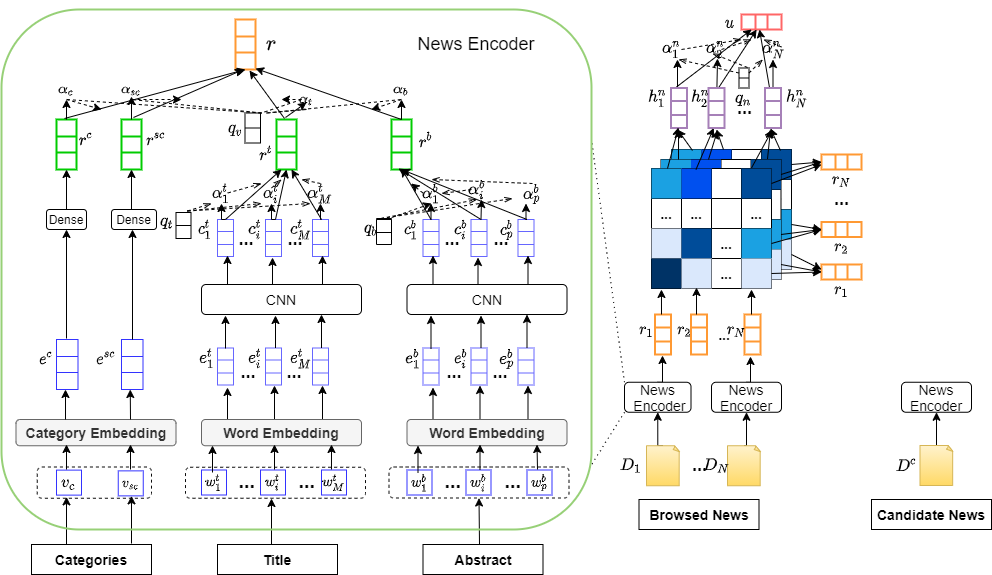
Karry-Eva/PapersNotes keeps this draw.io diagram as MAML.png. Above is the earlier version. Source tidied: cells renumbered, new cells last; positions are measured from the earlier drawing's top-left corner, leaving out a move shared by most shapes.
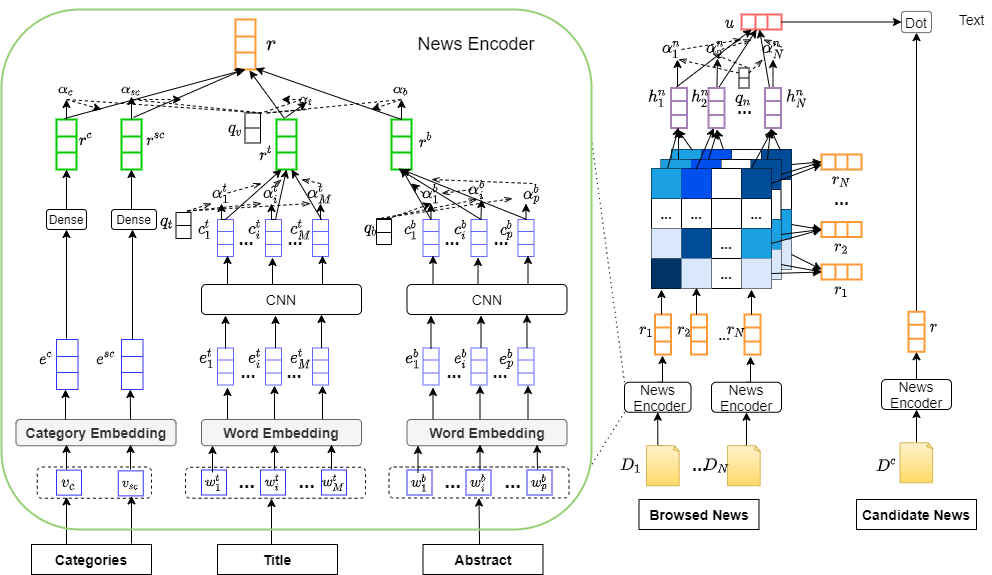
Above is the later version.

What changed in the source:
```diff
@@ -1613,20 +1613,59 @@
     <mxCell id="488" value="&lt;b&gt;$$u$$&lt;/b&gt;" style="text;html=1;align=center;verticalAlign=middle;fontSize=14;" parent="1" vertex="1">
       <mxGeometry x="697.5" y="2.5" width="60" height="20" as="geometry" />
     </mxCell>
+    <mxCell id="494" style="edgeStyle=none;rounded=0;jettySize=auto;html=1;exitX=0.5;exitY=0;exitDx=0;exitDy=0;endArrow=classic;endFill=1;fontSize=14;" parent="1" edge="1" source="489" target="503">
+      <mxGeometry relative="1" as="geometry" />
+    </mxCell>
     <mxCell id="489" value="&lt;font style=&quot;font-size: 14px&quot;&gt;News Encoder&lt;/font&gt;" style="rounded=1;whiteSpace=wrap;html=1;" parent="1" vertex="1">
-      <mxGeometry x="900" y="372.8" width="70" height="30" as="geometry" />
+      <mxGeometry x="880" y="370" width="70" height="30" as="geometry" />
     </mxCell>
     <mxCell id="490" style="edgeStyle=none;rounded=0;jettySize=auto;html=1;exitX=0.5;exitY=0;exitDx=0;exitDy=0;exitPerimeter=0;entryX=0.5;entryY=1;entryDx=0;entryDy=0;endArrow=classic;endFill=1;fontSize=14;" parent="1" edge="1" source="491" target="489">
       <mxGeometry relative="1" as="geometry" />
     </mxCell>
     <mxCell id="491" style="whiteSpace=wrap;html=1;shape=mxgraph.basic.document;strokeColor=#d6b656;fillColor=#fff2cc;gradientColor=#ffd966;" parent="1" vertex="1">
-      <mxGeometry x="918.5" y="436" width="33" height="40" as="geometry" />
+      <mxGeometry x="898.5" y="433.2" width="33" height="40" as="geometry" />
     </mxCell>
     <mxCell id="492" value="&lt;b&gt;$$D^c$$&lt;/b&gt;" style="text;html=1;align=center;verticalAlign=middle;fontSize=14;" parent="1" vertex="1">
-      <mxGeometry x="870" y="446.2" width="70" height="20" as="geometry" />
+      <mxGeometry x="850" y="446.2" width="70" height="20" as="geometry" />
     </mxCell>
     <mxCell id="493" value="&lt;span style=&quot;font-size: 14px&quot;&gt;&lt;b&gt;Candidate News&lt;/b&gt;&lt;/span&gt;" style="text;html=1;fillColor=none;align=center;verticalAlign=middle;whiteSpace=wrap;rounded=0;strokeColor=#000000;" parent="1" vertex="1">
-      <mxGeometry x="870" y="490" width="120" height="30" as="geometry" />
+      <mxGeometry x="855" y="490" width="120" height="30" as="geometry" />
     </mxCell>
+    <mxCell id="495" value="Dot" style="rounded=1;whiteSpace=wrap;html=1;strokeWidth=1;fontSize=14;opacity=60;fillColor=none;strokeColor=#0D0D0D;" parent="1" vertex="1">
+      <mxGeometry x="900" y="1.9" width="30" height="21.2" as="geometry" />
+    </mxCell>
+    <mxCell id="496" style="edgeStyle=none;rounded=0;jettySize=auto;html=1;endArrow=classic;endFill=1;fontSize=14;" parent="1" edge="1" source="303" target="495">
+      <mxGeometry relative="1" as="geometry" />
+    </mxCell>
+    <mxCell id="497" style="edgeStyle=none;rounded=0;jettySize=auto;html=1;endArrow=classic;endFill=1;fontSize=14;entryX=0.5;entryY=1;entryDx=0;entryDy=0;" parent="1" edge="1" source="498" target="495">
+      <mxGeometry relative="1" as="geometry" />
+    </mxCell>
+    <mxCell id="498" style="shape=table;html=1;whiteSpace=wrap;startSize=0;strokeColor=#FF9933;strokeWidth=2;" parent="1" vertex="1">
+      <mxGeometry x="907" y="302.2" width="16" height="40" as="geometry" />
+    </mxCell>
+    <mxCell id="499" style="shape=partialRectangle;html=1;whiteSpace=wrap;fillColor=none;top=0;left=0;bottom=0;right=0;" parent="498" vertex="1">
+      <mxGeometry width="16" height="13" as="geometry" />
+    </mxCell>
+    <mxCell id="500" style="shape=partialRectangle;html=1;whiteSpace=wrap;overflow=hidden;fillColor=none;top=0;left=0;bottom=0;right=0;" parent="499" vertex="1">
+      <mxGeometry width="16" height="13" as="geometry" />
+    </mxCell>
+    <mxCell id="501" style="shape=partialRectangle;html=1;whiteSpace=wrap;fillColor=none;top=0;left=0;bottom=0;right=0;" parent="498" vertex="1">
+      <mxGeometry y="13" width="16" height="14" as="geometry" />
+    </mxCell>
+    <mxCell id="502" style="shape=partialRectangle;html=1;whiteSpace=wrap;overflow=hidden;fillColor=none;top=0;left=0;bottom=0;right=0;" parent="501" vertex="1">
+      <mxGeometry width="16" height="14" as="geometry" />
+    </mxCell>
+    <mxCell id="503" style="shape=partialRectangle;html=1;whiteSpace=wrap;fillColor=none;top=0;left=0;bottom=0;right=0;points=[[0,0.5],[1,0.5]];portConstraint=eastwest;" parent="498" vertex="1">
+      <mxGeometry y="27" width="16" height="13" as="geometry" />
+    </mxCell>
+    <mxCell id="504" style="shape=partialRectangle;html=1;whiteSpace=wrap;overflow=hidden;fillColor=none;top=0;left=0;bottom=0;right=0;" parent="503" vertex="1">
+      <mxGeometry width="16" height="13" as="geometry" />
+    </mxCell>
+    <mxCell id="505" value="&lt;b&gt;$$r$$&lt;/b&gt;" style="text;html=1;align=center;verticalAlign=middle;fontSize=14;" parent="1" vertex="1">
+      <mxGeometry x="907" y="307.2" width="50" height="20" as="geometry" />
+    </mxCell>
+    <mxCell id="506" value="Text" style="text;html=1;align=center;verticalAlign=middle;fontSize=14;" parent="1" vertex="1">
+      <mxGeometry x="950" width="40" height="20" as="geometry" />
+    </mxCell>
   </root>
 </mxGraphModel>
```
